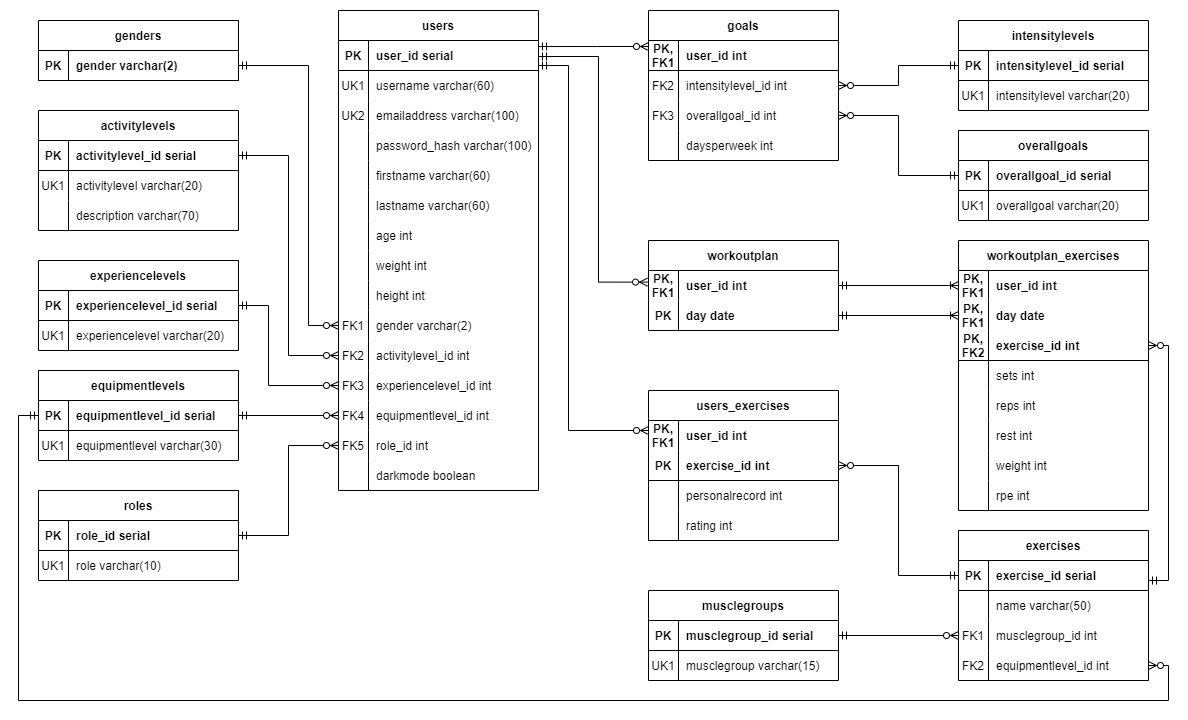
The draw.io diagram db-related/ER_diagram.png in deanpayne6/fitForgeBackEnd, before a commit. Source tidied: cells renumbered, new cells last; positions are measured from the earlier drawing's top-left corner, leaving out a move shared by most shapes.
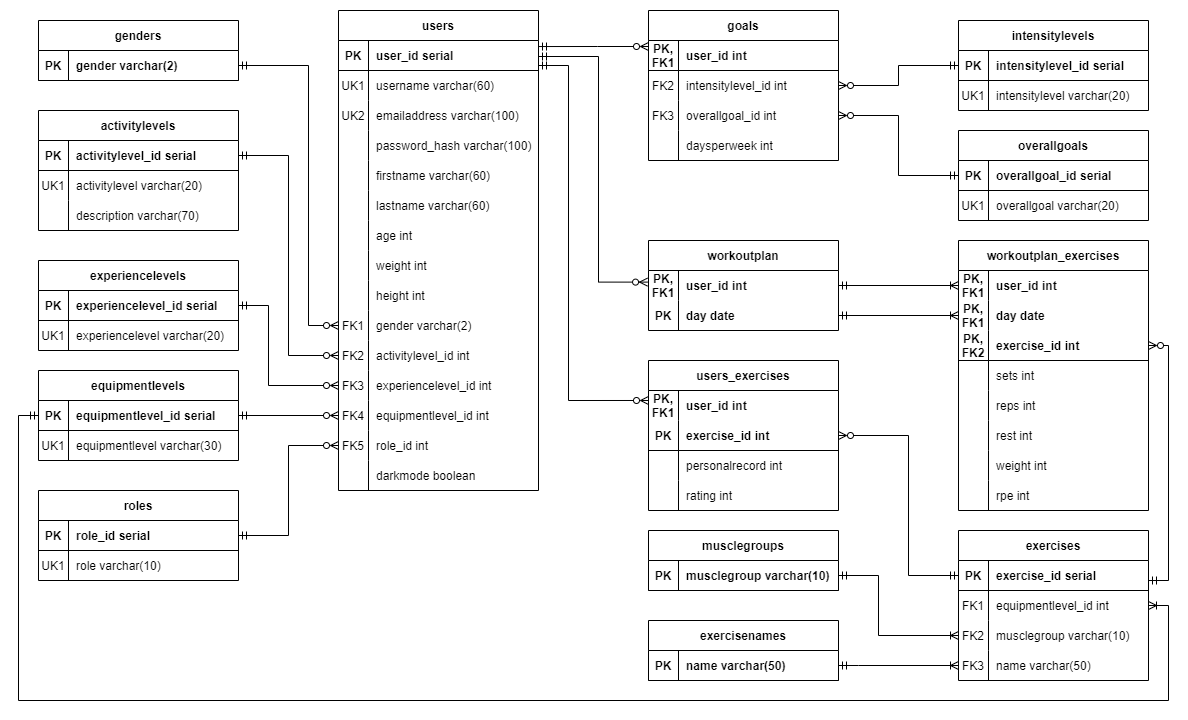
The same diagram one commit later.

Diff of the diagram source:
```diff
@@ -343,7 +343,7 @@
       <mxGeometry relative="1" as="geometry" />
     </mxCell>
     <mxCell id="110" value="users_exercises" style="shape=table;startSize=30;rowLines=0;fontStyle=1;align=center;" parent="1" vertex="1">
-      <mxGeometry x="630" y="380" width="190" height="150" as="geometry" />
+      <mxGeometry x="630" y="350" width="190" height="150" as="geometry" />
     </mxCell>
     <mxCell id="111" style="shape=tableRow;horizontal=0;startSize=0;swimlaneHead=0;swimlaneBody=0;fillColor=none;points=[[0,0.5],[1,0.5]];portConstraint=eastwest;top=0;left=0;right=0;bottom=0;" parent="110" vertex="1">
       <mxGeometry y="30" width="190" height="30" as="geometry" />
@@ -407,30 +407,30 @@
     <mxCell id="129" style="shape=tableRow;horizontal=0;startSize=0;swimlaneHead=0;swimlaneBody=0;fillColor=none;points=[[0,0.5],[1,0.5]];portConstraint=eastwest;top=0;left=0;right=0;bottom=0;strokeColor=default;" parent="125" vertex="1">
       <mxGeometry y="60" width="190" height="30" as="geometry" />
     </mxCell>
-    <mxCell id="130" style="shape=partialRectangle;fillColor=none;top=0;left=0;bottom=0;right=0;overflow=hidden;strokeColor=default;" parent="129" vertex="1">
+    <mxCell id="130" value="FK1" style="shape=partialRectangle;fillColor=none;top=0;left=0;bottom=0;right=0;overflow=hidden;strokeColor=default;" parent="129" vertex="1">
       <mxGeometry width="30" height="30" as="geometry" />
     </mxCell>
-    <mxCell id="131" value="name varchar(50)" style="shape=partialRectangle;fillColor=none;top=0;left=0;bottom=0;right=0;align=left;spacingLeft=6;overflow=hidden;strokeColor=default;" parent="129" vertex="1">
+    <mxCell id="131" value="equipmentlevel_id int" style="shape=partialRectangle;fillColor=none;top=0;left=0;bottom=0;right=0;align=left;spacingLeft=6;overflow=hidden;strokeColor=default;" parent="129" vertex="1">
       <mxGeometry x="30" width="160" height="30" as="geometry" />
     </mxCell>
+    <mxCell id="191" style="shape=tableRow;horizontal=0;startSize=0;swimlaneHead=0;swimlaneBody=0;fillColor=none;points=[[0,0.5],[1,0.5]];portConstraint=eastwest;top=0;left=0;right=0;bottom=0;strokeColor=default;" parent="125" vertex="1">
+      <mxGeometry y="90" width="190" height="30" as="geometry" />
+    </mxCell>
+    <mxCell id="136" value="FK2" style="shape=partialRectangle;fillColor=none;top=0;left=0;bottom=0;right=0;overflow=hidden;strokeColor=default;" parent="191" vertex="1">
+      <mxGeometry width="30" height="30" as="geometry" />
+    </mxCell>
+    <mxCell id="192" value="musclegroup varchar(10)" style="shape=partialRectangle;fillColor=none;top=0;left=0;bottom=0;right=0;align=left;spacingLeft=6;overflow=hidden;strokeColor=default;" parent="191" vertex="1">
+      <mxGeometry x="30" width="160" height="30" as="geometry" />
+    </mxCell>
     <mxCell id="132" style="shape=tableRow;horizontal=0;startSize=0;swimlaneHead=0;swimlaneBody=0;fillColor=none;points=[[0,0.5],[1,0.5]];portConstraint=eastwest;top=0;left=0;right=0;bottom=0;strokeColor=default;" parent="125" vertex="1">
-      <mxGeometry y="90" width="190" height="30" as="geometry" />
+      <mxGeometry y="120" width="190" height="30" as="geometry" />
     </mxCell>
-    <mxCell id="133" value="FK1" style="shape=partialRectangle;fillColor=none;top=0;left=0;bottom=0;right=0;overflow=hidden;strokeColor=default;" parent="132" vertex="1">
+    <mxCell id="133" value="FK3" style="shape=partialRectangle;fillColor=none;top=0;left=0;bottom=0;right=0;overflow=hidden;strokeColor=default;" parent="132" vertex="1">
       <mxGeometry width="30" height="30" as="geometry" />
     </mxCell>
-    <mxCell id="134" value="musclegroup_id int" style="shape=partialRectangle;fillColor=none;top=0;left=0;bottom=0;right=0;align=left;spacingLeft=6;overflow=hidden;strokeColor=default;" parent="132" vertex="1">
+    <mxCell id="134" value="name varchar(50)" style="shape=partialRectangle;fillColor=none;top=0;left=0;bottom=0;right=0;align=left;spacingLeft=6;overflow=hidden;strokeColor=default;" parent="132" vertex="1">
       <mxGeometry x="30" width="160" height="30" as="geometry" />
     </mxCell>
-    <mxCell id="135" style="shape=tableRow;horizontal=0;startSize=0;swimlaneHead=0;swimlaneBody=0;fillColor=none;points=[[0,0.5],[1,0.5]];portConstraint=eastwest;top=0;left=0;right=0;bottom=0;strokeColor=default;" parent="125" vertex="1">
-      <mxGeometry y="120" width="190" height="30" as="geometry" />
-    </mxCell>
-    <mxCell id="136" value="FK2" style="shape=partialRectangle;fillColor=none;top=0;left=0;bottom=0;right=0;overflow=hidden;strokeColor=default;" parent="135" vertex="1">
-      <mxGeometry width="30" height="30" as="geometry" />
-    </mxCell>
-    <mxCell id="137" value="equipmentlevel_id int" style="shape=partialRectangle;fillColor=none;top=0;left=0;bottom=0;right=0;align=left;spacingLeft=6;overflow=hidden;strokeColor=default;" parent="135" vertex="1">
-      <mxGeometry x="30" width="160" height="30" as="geometry" />
-    </mxCell>
     <mxCell id="138" value="workoutplan" style="shape=table;startSize=30;rowLines=0;fontStyle=1;align=center;" parent="1" vertex="1">
       <mxGeometry x="630" y="230" width="190" height="90" as="geometry" />
     </mxCell>
@@ -457,7 +457,7 @@
         <mxPoint x="520" y="55" as="sourcePoint" />
         <Array as="points">
           <mxPoint x="550" y="55" />
-          <mxPoint x="550" y="420" />
+          <mxPoint x="550" y="390" />
         </Array>
       </mxGeometry>
     </mxCell>
@@ -567,20 +567,25 @@
       <mxGeometry relative="1" as="geometry" />
     </mxCell>
     <mxCell id="181" style="edgeStyle=orthogonalEdgeStyle;rounded=0;jettySize=auto;html=1;entryX=1;entryY=0.5;entryDx=0;entryDy=0;endArrow=ERzeroToMany;endFill=0;startArrow=ERmandOne;startFill=0;" parent="1" edge="1" source="126" target="114">
-      <mxGeometry relative="1" as="geometry" />
+      <mxGeometry relative="1" as="geometry">
+        <Array as="points">
+          <mxPoint x="890" y="565" />
+          <mxPoint x="890" y="425" />
+        </Array>
+      </mxGeometry>
     </mxCell>
-    <mxCell id="182" style="edgeStyle=orthogonalEdgeStyle;rounded=0;jettySize=auto;html=1;entryX=1;entryY=0.5;entryDx=0;entryDy=0;exitX=0;exitY=0.5;exitDx=0;exitDy=0;endArrow=ERzeroToMany;endFill=0;startArrow=ERmandOne;startFill=0;" parent="1" edge="1" source="73" target="135">
+    <mxCell id="182" style="edgeStyle=orthogonalEdgeStyle;rounded=0;jettySize=auto;html=1;exitX=0;exitY=0.5;exitDx=0;exitDy=0;endArrow=ERoneToMany;endFill=0;startArrow=ERmandOne;startFill=0;entryX=1;entryY=0.5;entryDx=0;entryDy=0;" parent="1" edge="1" source="73" target="129">
       <mxGeometry relative="1" as="geometry">
         <Array as="points">
           <mxPoint y="405" />
           <mxPoint y="690" />
           <mxPoint x="1150" y="690" />
-          <mxPoint x="1150" y="655" />
+          <mxPoint x="1150" y="595" />
         </Array>
       </mxGeometry>
     </mxCell>
-    <mxCell id="183" value="musclegroups" style="shape=table;startSize=30;rowLines=0;fontStyle=1;align=center;strokeColor=default;" parent="1" vertex="1">
-      <mxGeometry x="630" y="580" width="190" height="90" as="geometry" />
+    <mxCell id="183" value="exercisenames" style="shape=table;startSize=30;rowLines=0;fontStyle=1;align=center;strokeColor=default;" parent="1" vertex="1">
+      <mxGeometry x="630" y="610" width="190" height="60" as="geometry" />
     </mxCell>
     <mxCell id="184" style="shape=tableRow;horizontal=0;startSize=0;swimlaneHead=0;swimlaneBody=0;fillColor=none;points=[[0,0.5],[1,0.5]];portConstraint=eastwest;top=0;left=0;right=0;bottom=1;strokeColor=default;" parent="183" vertex="1">
       <mxGeometry y="30" width="190" height="30" as="geometry" />
@@ -588,20 +593,36 @@
     <mxCell id="185" value="PK" style="shape=partialRectangle;fillColor=none;top=0;left=0;bottom=0;right=0;fontStyle=1;overflow=hidden;strokeColor=default;" parent="184" vertex="1">
       <mxGeometry width="30" height="30" as="geometry" />
     </mxCell>
-    <mxCell id="186" value="musclegroup_id serial" style="shape=partialRectangle;fillColor=none;top=0;left=0;bottom=0;right=0;align=left;spacingLeft=6;fontStyle=1;overflow=hidden;strokeColor=default;" parent="184" vertex="1">
+    <mxCell id="186" value="name varchar(50)" style="shape=partialRectangle;fillColor=none;top=0;left=0;bottom=0;right=0;align=left;spacingLeft=6;fontStyle=1;overflow=hidden;strokeColor=default;" parent="184" vertex="1">
       <mxGeometry x="30" width="160" height="30" as="geometry" />
     </mxCell>
-    <mxCell id="187" style="shape=tableRow;horizontal=0;startSize=0;swimlaneHead=0;swimlaneBody=0;fillColor=none;top=0;left=0;right=0;bottom=0;strokeColor=default;" parent="183" vertex="1">
-      <mxGeometry y="60" width="190" height="30" as="geometry" />
-    </mxCell>
-    <mxCell id="188" value="UK1" style="shape=partialRectangle;fillColor=none;top=0;left=0;bottom=0;right=0;overflow=hidden;strokeColor=default;" parent="187" vertex="1">
-      <mxGeometry width="30" height="30" as="geometry" />
-    </mxCell>
-    <mxCell id="189" value="musclegroup varchar(15)" style="shape=partialRectangle;fillColor=none;top=0;left=0;bottom=0;right=0;align=left;spacingLeft=6;overflow=hidden;strokeColor=default;" parent="187" vertex="1">
-      <mxGeometry x="30" width="160" height="30" as="geometry" />
-    </mxCell>
-    <mxCell id="190" style="edgeStyle=orthogonalEdgeStyle;rounded=0;jettySize=auto;html=1;entryX=0;entryY=0.5;entryDx=0;entryDy=0;endArrow=ERzeroToMany;endFill=0;startArrow=ERmandOne;startFill=0;" parent="1" edge="1" source="184" target="132">
-      <mxGeometry relative="1" as="geometry" />
+    <mxCell id="190" style="edgeStyle=orthogonalEdgeStyle;rounded=0;jettySize=auto;html=1;entryX=0;entryY=0.5;entryDx=0;entryDy=0;endArrow=ERoneToMany;endFill=0;startArrow=ERmandOne;startFill=0;" parent="1" edge="1" source="184" target="132">
+      <mxGeometry relative="1" as="geometry">
+        <Array as="points">
+          <mxPoint x="840" y="655" />
+          <mxPoint x="840" y="655" />
+        </Array>
+      </mxGeometry>
     </mxCell>
+    <mxCell id="193" value="musclegroups" style="shape=table;startSize=30;rowLines=0;fontStyle=1;align=center;strokeColor=default;" parent="1" vertex="1">
+      <mxGeometry x="630" y="520" width="190" height="60" as="geometry" />
+    </mxCell>
+    <mxCell id="194" style="shape=tableRow;horizontal=0;startSize=0;swimlaneHead=0;swimlaneBody=0;fillColor=none;points=[[0,0.5],[1,0.5]];portConstraint=eastwest;top=0;left=0;right=0;bottom=1;strokeColor=default;" parent="193" vertex="1">
+      <mxGeometry y="30" width="190" height="30" as="geometry" />
+    </mxCell>
+    <mxCell id="195" value="PK" style="shape=partialRectangle;fillColor=none;top=0;left=0;bottom=0;right=0;fontStyle=1;overflow=hidden;strokeColor=default;" parent="194" vertex="1">
+      <mxGeometry width="30" height="30" as="geometry" />
+    </mxCell>
+    <mxCell id="196" value="musclegroup varchar(10)" style="shape=partialRectangle;fillColor=none;top=0;left=0;bottom=0;right=0;align=left;spacingLeft=6;fontStyle=1;overflow=hidden;strokeColor=default;" parent="194" vertex="1">
+      <mxGeometry x="30" width="160" height="30" as="geometry" />
+    </mxCell>
+    <mxCell id="197" style="edgeStyle=orthogonalEdgeStyle;rounded=0;jettySize=auto;html=1;endArrow=ERoneToMany;endFill=0;startArrow=ERmandOne;startFill=0;entryX=0;entryY=0.5;entryDx=0;entryDy=0;" parent="1" edge="1" source="194" target="191">
+      <mxGeometry relative="1" as="geometry">
+        <Array as="points">
+          <mxPoint x="860" y="565" />
+          <mxPoint x="860" y="625" />
+        </Array>
+      </mxGeometry>
+    </mxCell>
   </root>
 </mxGraphModel>
```
